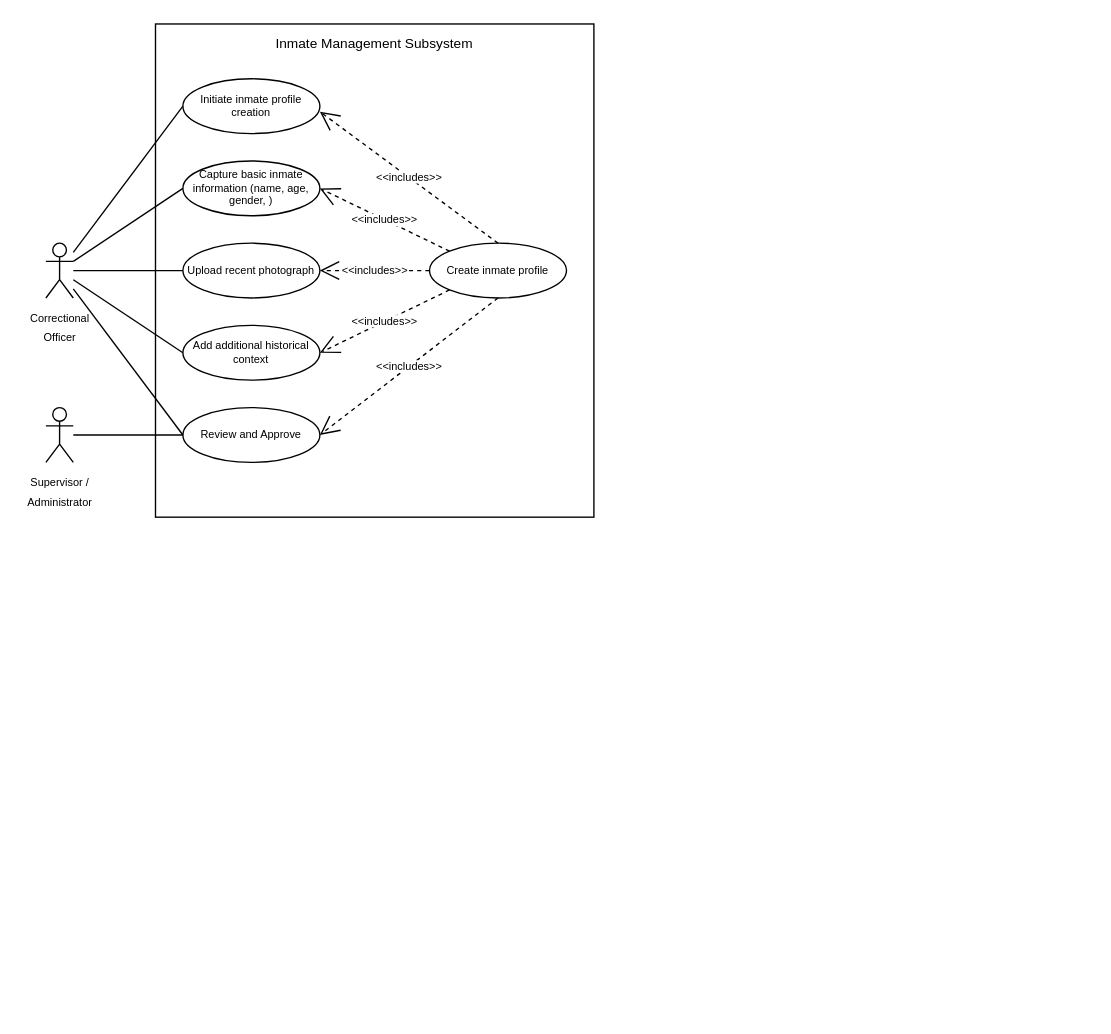
DieAntonie/tdd-dojo-node keeps this draw.io diagram as documentation/use-cases/inmate-profile-management-creation.drawio. Above is the earlier version. Source tidied: cells renumbered, new cells numbered last; positions are measured from the earlier drawing's top-left corner, leaving out a move shared by most shapes. Both pictures are drawn from the tidied source at 137%, with x=0, y=0 at pixel (45, 23).
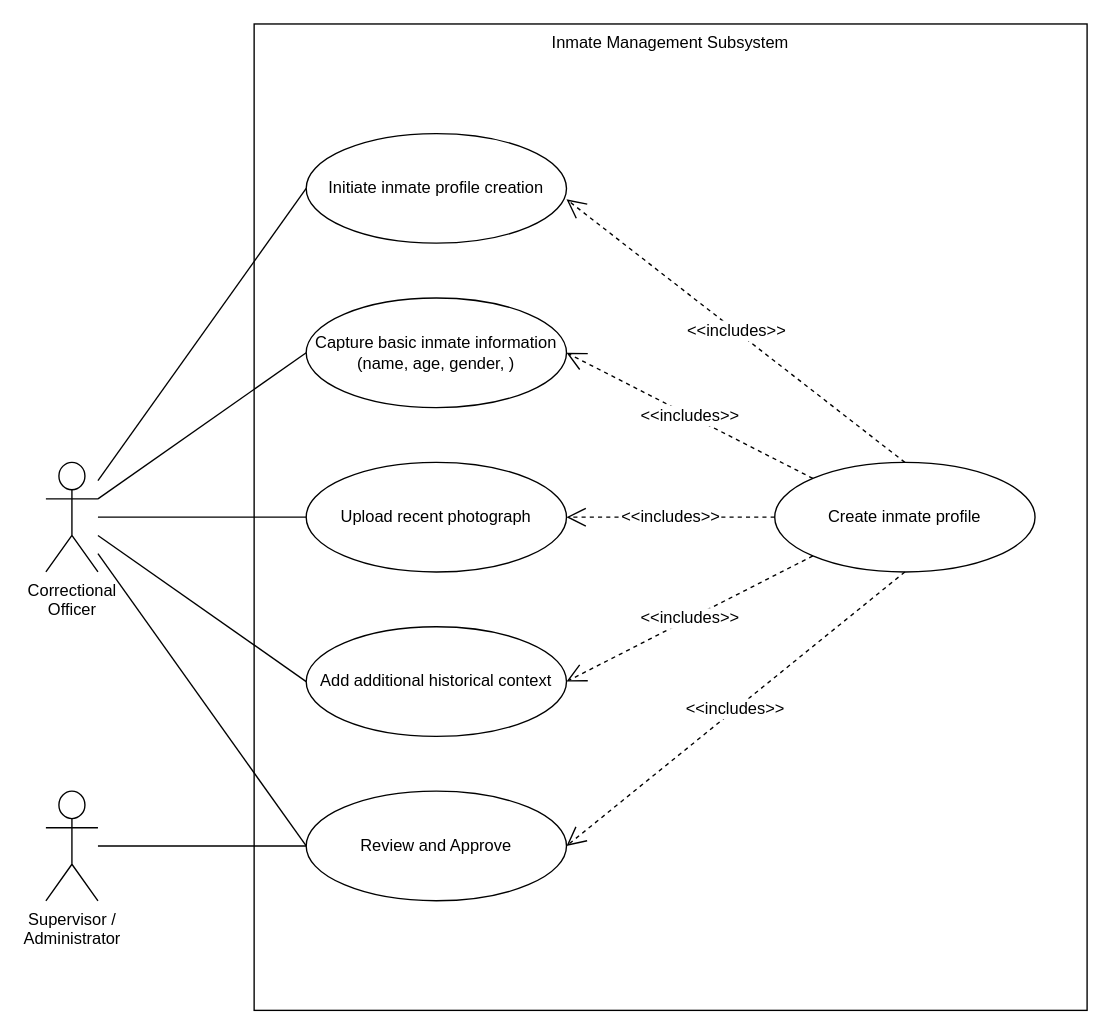
After the change.

Commit message (it also covers changes not shown here):
Increase size

Change to the diagram source:
```diff
@@
+    <mxCell id="22" style="group;fontSize=12;" parent="1" vertex="1">
+      <mxGeometry width="760" height="720" as="geometry" />
+    </mxCell>
-    <mxCell id="2" value="&lt;font style=&quot;font-size: 10px;&quot;&gt;Inmate Management Subsystem&lt;br&gt;&lt;/font&gt;" style="rounded=0;whiteSpace=wrap;html=1;align=center;verticalAlign=top;fillColor=none;" parent="1" vertex="1">
-      <mxGeometry x="80" width="320" height="360" as="geometry" />
+    <mxCell id="2" value="&lt;font style=&quot;font-size: 12px;&quot;&gt;Inmate Management Subsystem&lt;br style=&quot;font-size: 12px;&quot;&gt;&lt;/font&gt;" style="rounded=0;whiteSpace=wrap;html=1;align=center;verticalAlign=top;fillColor=none;fontSize=12;" parent="22" vertex="1">
+      <mxGeometry x="152" width="608" height="720" as="geometry" />
     </mxCell>
-    <mxCell id="3" value="&lt;font style=&quot;font-size: 8px;&quot;&gt;Correctional&lt;br&gt;Officer&lt;/font&gt;" style="shape=umlActor;verticalLabelPosition=bottom;verticalAlign=top;html=1;outlineConnect=0;" parent="1" vertex="1">
-      <mxGeometry y="160" width="20" height="40" as="geometry" />
+    <mxCell id="3" value="&lt;font style=&quot;font-size: 12px;&quot;&gt;Correctional&lt;br style=&quot;font-size: 12px;&quot;&gt;Officer&lt;/font&gt;" style="shape=umlActor;verticalLabelPosition=bottom;verticalAlign=top;html=1;outlineConnect=0;fillColor=none;fontSize=12;" parent="22" vertex="1">
+      <mxGeometry y="320" width="38" height="80" as="geometry" />
     </mxCell>
-    <mxCell id="4" value="Initiate inmate profile creation" style="ellipse;whiteSpace=wrap;html=1;fontSize=8;fillColor=none;strokeColor=default;" parent="1" vertex="1">
-      <mxGeometry x="100" y="40" width="100" height="40" as="geometry" />
+    <mxCell id="4" value="Initiate inmate profile creation" style="ellipse;whiteSpace=wrap;html=1;fontSize=12;fillColor=none;strokeColor=default;" parent="22" vertex="1">
+      <mxGeometry x="190" y="80" width="190" height="80" as="geometry" />
     </mxCell>
-    <mxCell id="5" value="Capture basic inmate information (name, age, gender, )" style="ellipse;whiteSpace=wrap;html=1;fontSize=8;fillColor=none;" parent="1" vertex="1">
-      <mxGeometry x="100" y="100" width="100" height="40" as="geometry" />
+    <mxCell id="5" value="Capture basic inmate information (name, age, gender, )" style="ellipse;whiteSpace=wrap;html=1;fontSize=12;fillColor=none;" parent="22" vertex="1">
+      <mxGeometry x="190" y="200" width="190" height="80" as="geometry" />
     </mxCell>
-    <mxCell id="6" value="Upload recent photograph" style="ellipse;whiteSpace=wrap;html=1;fontSize=8;fillColor=none;" parent="1" vertex="1">
-      <mxGeometry x="100" y="160" width="100" height="40" as="geometry" />
+    <mxCell id="6" value="Upload recent photograph" style="ellipse;whiteSpace=wrap;html=1;fontSize=12;fillColor=none;" parent="22" vertex="1">
+      <mxGeometry x="190" y="320" width="190" height="80" as="geometry" />
     </mxCell>
-    <mxCell id="7" value="Add additional historical context" style="ellipse;whiteSpace=wrap;html=1;fontSize=8;fillColor=none;" parent="1" vertex="1">
-      <mxGeometry x="100" y="220" width="100" height="40" as="geometry" />
+    <mxCell id="7" value="Add additional historical context" style="ellipse;whiteSpace=wrap;html=1;fontSize=12;fillColor=none;" parent="22" vertex="1">
+      <mxGeometry x="190" y="440" width="190" height="80" as="geometry" />
     </mxCell>
-    <mxCell id="8" value="Review and Approve" style="ellipse;whiteSpace=wrap;html=1;fontSize=8;fillColor=none;" parent="1" vertex="1">
-      <mxGeometry x="100" y="280" width="100" height="40" as="geometry" />
+    <mxCell id="8" value="Review and Approve" style="ellipse;whiteSpace=wrap;html=1;fontSize=12;fillColor=none;" parent="22" vertex="1">
+      <mxGeometry x="190" y="560" width="190" height="80" as="geometry" />
     </mxCell>
-    <mxCell id="9" value="Create inmate profile" style="ellipse;whiteSpace=wrap;html=1;fontSize=8;fillColor=none;" parent="1" vertex="1">
-      <mxGeometry x="280" y="160" width="100" height="40" as="geometry" />
+    <mxCell id="9" value="Create inmate profile" style="ellipse;whiteSpace=wrap;html=1;fontSize=12;fillColor=none;" parent="22" vertex="1">
+      <mxGeometry x="532" y="320" width="190" height="80" as="geometry" />
     </mxCell>
-    <mxCell id="10" value="&amp;lt;&amp;lt;includes&amp;gt;&amp;gt;" style="endArrow=open;endSize=12;dashed=1;html=1;rounded=0;exitX=0.5;exitY=1;exitDx=0;exitDy=0;entryX=1;entryY=0.5;entryDx=0;entryDy=0;fontSize=8;" parent="1" edge="1" source="9" target="8">
+    <mxCell id="10" value="&amp;lt;&amp;lt;includes&amp;gt;&amp;gt;" style="endArrow=open;endSize=12;dashed=1;html=1;rounded=0;exitX=0.5;exitY=1;exitDx=0;exitDy=0;entryX=1;entryY=0.5;entryDx=0;entryDy=0;fontSize=12;" parent="22" edge="1" source="9" target="8">
       <mxGeometry relative="1" as="geometry" />
     </mxCell>
-    <mxCell id="11" value="&amp;lt;&amp;lt;includes&amp;gt;&amp;gt;" style="endArrow=open;endSize=12;dashed=1;html=1;rounded=0;exitX=0;exitY=1;exitDx=0;exitDy=0;entryX=1;entryY=0.5;entryDx=0;entryDy=0;fontSize=8;" parent="1" edge="1" source="9" target="7">
+    <mxCell id="11" value="&amp;lt;&amp;lt;includes&amp;gt;&amp;gt;" style="endArrow=open;endSize=12;dashed=1;html=1;rounded=0;exitX=0;exitY=1;exitDx=0;exitDy=0;entryX=1;entryY=0.5;entryDx=0;entryDy=0;fontSize=12;" parent="22" edge="1" source="9" target="7">
       <mxGeometry relative="1" as="geometry" />
     </mxCell>
-    <mxCell id="12" value="&amp;lt;&amp;lt;includes&amp;gt;&amp;gt;" style="endArrow=open;endSize=12;dashed=1;html=1;rounded=0;exitX=0;exitY=0.5;exitDx=0;exitDy=0;entryX=1;entryY=0.5;entryDx=0;entryDy=0;fontSize=8;" parent="1" edge="1" source="9" target="6">
+    <mxCell id="12" value="&amp;lt;&amp;lt;includes&amp;gt;&amp;gt;" style="endArrow=open;endSize=12;dashed=1;html=1;rounded=0;exitX=0;exitY=0.5;exitDx=0;exitDy=0;entryX=1;entryY=0.5;entryDx=0;entryDy=0;fontSize=12;" parent="22" edge="1" source="9" target="6">
       <mxGeometry relative="1" as="geometry" />
     </mxCell>
-    <mxCell id="13" value="&amp;lt;&amp;lt;includes&amp;gt;&amp;gt;" style="endArrow=open;endSize=12;dashed=1;html=1;rounded=0;exitX=0;exitY=0;exitDx=0;exitDy=0;entryX=1;entryY=0.5;entryDx=0;entryDy=0;fontSize=8;" parent="1" edge="1" source="9" target="5">
+    <mxCell id="13" value="&amp;lt;&amp;lt;includes&amp;gt;&amp;gt;" style="endArrow=open;endSize=12;dashed=1;html=1;rounded=0;exitX=0;exitY=0;exitDx=0;exitDy=0;entryX=1;entryY=0.5;entryDx=0;entryDy=0;fontSize=12;" parent="22" edge="1" source="9" target="5">
       <mxGeometry relative="1" as="geometry" />
     </mxCell>
-    <mxCell id="14" value="&amp;lt;&amp;lt;includes&amp;gt;&amp;gt;" style="endArrow=open;endSize=12;dashed=1;html=1;rounded=0;exitX=0.5;exitY=0;exitDx=0;exitDy=0;entryX=1;entryY=0.6;entryDx=0;entryDy=0;entryPerimeter=0;fontSize=8;" parent="1" edge="1" source="9" target="4">
+    <mxCell id="14" value="&amp;lt;&amp;lt;includes&amp;gt;&amp;gt;" style="endArrow=open;endSize=12;dashed=1;html=1;rounded=0;exitX=0.5;exitY=0;exitDx=0;exitDy=0;entryX=1;entryY=0.6;entryDx=0;entryDy=0;entryPerimeter=0;fontSize=12;" parent="22" edge="1" source="9" target="4">
       <mxGeometry relative="1" as="geometry" />
     </mxCell>
-    <mxCell id="15" style="endArrow=none;html=1;rounded=0;exitX=0;exitY=0.5;exitDx=0;exitDy=0;" parent="1" edge="1" source="4" target="3">
+    <mxCell id="15" style="endArrow=none;html=1;rounded=0;exitX=0;exitY=0.5;exitDx=0;exitDy=0;fontSize=12;" parent="22" edge="1" source="4" target="3">
       <mxGeometry relative="1" as="geometry" />
     </mxCell>
-    <mxCell id="16" style="endArrow=none;html=1;rounded=0;exitX=0;exitY=0.5;exitDx=0;exitDy=0;" parent="1" edge="1" source="5" target="3">
+    <mxCell id="16" style="endArrow=none;html=1;rounded=0;exitX=0;exitY=0.5;exitDx=0;exitDy=0;fontSize=12;" parent="22" edge="1" source="5" target="3">
       <mxGeometry relative="1" as="geometry" />
     </mxCell>
-    <mxCell id="17" style="endArrow=none;html=1;rounded=0;exitX=0;exitY=0.5;exitDx=0;exitDy=0;" parent="1" edge="1" source="6" target="3">
+    <mxCell id="17" style="endArrow=none;html=1;rounded=0;exitX=0;exitY=0.5;exitDx=0;exitDy=0;fontSize=12;" parent="22" edge="1" source="6" target="3">
       <mxGeometry relative="1" as="geometry" />
     </mxCell>
-    <mxCell id="18" style="endArrow=none;html=1;rounded=0;exitX=0;exitY=0.5;exitDx=0;exitDy=0;" parent="1" edge="1" source="7" target="3">
+    <mxCell id="18" style="endArrow=none;html=1;rounded=0;exitX=0;exitY=0.5;exitDx=0;exitDy=0;fontSize=12;" parent="22" edge="1" source="7" target="3">
       <mxGeometry relative="1" as="geometry" />
     </mxCell>
-    <mxCell id="19" style="endArrow=none;html=1;rounded=0;exitX=0;exitY=0.5;exitDx=0;exitDy=0;" parent="1" edge="1" source="8" target="3">
+    <mxCell id="19" style="endArrow=none;html=1;rounded=0;exitX=0;exitY=0.5;exitDx=0;exitDy=0;fontSize=12;" parent="22" edge="1" source="8" target="3">
       <mxGeometry relative="1" as="geometry" />
     </mxCell>
-    <mxCell id="20" value="&lt;span style=&quot;font-size: 8px;&quot;&gt;Supervisor /&lt;br&gt;Administrator&lt;/span&gt;" style="shape=umlActor;verticalLabelPosition=bottom;verticalAlign=top;html=1;outlineConnect=0;" parent="1" vertex="1">
-      <mxGeometry y="280" width="20" height="40" as="geometry" />
+    <mxCell id="20" value="&lt;span style=&quot;font-size: 12px;&quot;&gt;Supervisor /&lt;br style=&quot;font-size: 12px;&quot;&gt;Administrator&lt;/span&gt;" style="shape=umlActor;verticalLabelPosition=bottom;verticalAlign=top;html=1;outlineConnect=0;fillColor=none;fontSize=12;" parent="22" vertex="1">
+      <mxGeometry y="560" width="38" height="80" as="geometry" />
     </mxCell>
-    <mxCell id="21" style="endArrow=none;html=1;rounded=0;exitX=0;exitY=0.5;exitDx=0;exitDy=0;" parent="1" edge="1" source="8" target="20">
+    <mxCell id="21" style="endArrow=none;html=1;rounded=0;exitX=0;exitY=0.5;exitDx=0;exitDy=0;fontSize=12;" parent="22" edge="1" source="8" target="20">
       <mxGeometry relative="1" as="geometry" />
     </mxCell>
```
